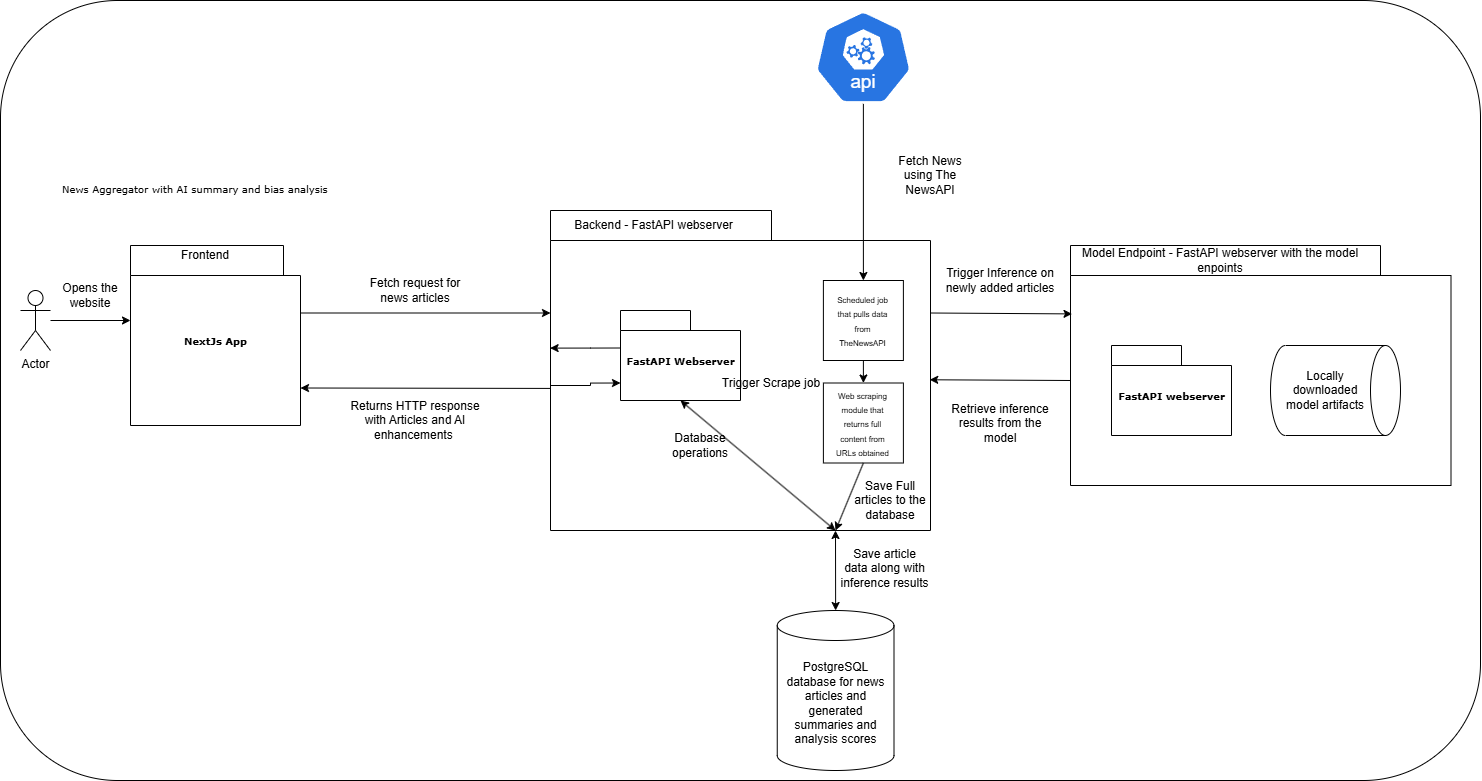
The draw.io diagram misc_assets/Webapp architecture mockup.png in FaithKamaraju/News-Webservice-BiasLanguageAnalysis, before a commit. Source tidied: cells renumbered, new cells last; positions are measured from the earlier drawing's top-left corner, leaving out a move shared by most shapes. The source it was exported from:
```xml
<mxGraphModel>
  <root>
    <mxCell id="0" />
    <mxCell id="1" parent="0" />
    <mxCell id="2" style="rounded=1;whiteSpace=wrap;html=1;" parent="1" vertex="1">
      <mxGeometry width="1480" height="780" as="geometry" />
    </mxCell>
    <mxCell id="3" style="shape=folder;fontStyle=1;spacingTop=10;tabWidth=221;tabHeight=30;tabPosition=left;html=1;rounded=0;shadow=0;comic=0;labelBackgroundColor=none;strokeWidth=1;fontFamily=Verdana;fontSize=10;align=center;" parent="1" vertex="1">
      <mxGeometry x="550" y="210" width="380" height="320" as="geometry" />
    </mxCell>
    <mxCell id="4" value="NextJs App" style="shape=folder;fontStyle=1;spacingTop=10;tabWidth=213;tabHeight=30;tabPosition=left;html=1;rounded=0;shadow=0;comic=0;labelBackgroundColor=none;strokeColor=#000000;strokeWidth=1;fillColor=#ffffff;fontFamily=Verdana;fontSize=10;fontColor=#000000;align=center;" parent="1" vertex="1">
      <mxGeometry x="130" y="245" width="170" height="180" as="geometry" />
    </mxCell>
    <mxCell id="5" value="News Aggregator with AI summary and bias analysis" style="text;html=1;align=left;verticalAlign=top;spacingTop=-4;fontSize=10;fontFamily=Verdana;" parent="1" vertex="1">
      <mxGeometry x="60" y="180" width="290" height="20" as="geometry" />
    </mxCell>
    <mxCell id="6" value="Frontend" style="text;html=1;align=center;verticalAlign=middle;whiteSpace=wrap;rounded=0;" parent="1" vertex="1">
      <mxGeometry x="130" y="240" width="150" height="30" as="geometry" />
    </mxCell>
    <mxCell id="7" value="Backend - FastAPI webserver" style="text;html=1;align=center;verticalAlign=middle;whiteSpace=wrap;rounded=0;" parent="1" vertex="1">
      <mxGeometry x="530" y="210" width="246.8" height="30" as="geometry" />
    </mxCell>
    <mxCell id="8" value="FastAPI Webserver" style="shape=folder;fontStyle=1;spacingTop=10;tabWidth=70;tabHeight=20;tabPosition=left;html=1;rounded=0;shadow=0;comic=0;labelBackgroundColor=none;strokeColor=#000000;strokeWidth=1;fillColor=#ffffff;fontFamily=Verdana;fontSize=10;fontColor=#000000;align=center;" parent="1" vertex="1">
      <mxGeometry x="620" y="310" width="120" height="90" as="geometry" />
    </mxCell>
    <mxCell id="9" value="PostgreSQL database for news articles and generated summaries and analysis scores" style="shape=cylinder3;whiteSpace=wrap;html=1;boundedLbl=1;backgroundOutline=1;size=15;" parent="1" vertex="1">
      <mxGeometry x="776.8" y="610" width="116.8" height="160" as="geometry" />
    </mxCell>
    <mxCell id="10" style="endArrow=classic;startArrow=classic;html=1;rounded=0;exitX=0.5;exitY=0;exitDx=0;exitDy=0;exitPerimeter=0;entryX=0.75;entryY=1;entryDx=0;entryDy=0;entryPerimeter=0;" parent="1" edge="1" source="9" target="3">
      <mxGeometry relative="1" as="geometry" />
    </mxCell>
    <mxCell id="11" style="shape=folder;fontStyle=1;spacingTop=10;tabWidth=310;tabHeight=30;tabPosition=left;html=1;rounded=0;shadow=0;comic=0;labelBackgroundColor=none;strokeWidth=1;fontFamily=Verdana;fontSize=10;align=center;" parent="1" vertex="1">
      <mxGeometry x="1070" y="245" width="380.5" height="240" as="geometry" />
    </mxCell>
    <mxCell id="12" value="Model Endpoint - FastAPI webserver with the model enpoints" style="text;html=1;align=center;verticalAlign=middle;whiteSpace=wrap;rounded=0;" parent="1" vertex="1">
      <mxGeometry x="1080" y="245" width="280" height="30" as="geometry" />
    </mxCell>
    <mxCell id="13" value="FastAPI webserver" style="shape=folder;fontStyle=1;spacingTop=10;tabWidth=70;tabHeight=20;tabPosition=left;html=1;rounded=0;shadow=0;comic=0;labelBackgroundColor=none;strokeColor=#000000;strokeWidth=1;fillColor=#ffffff;fontFamily=Verdana;fontSize=10;fontColor=#000000;align=center;" parent="1" vertex="1">
      <mxGeometry x="1111" y="345" width="120" height="90" as="geometry" />
    </mxCell>
    <mxCell id="14" style="shape=cylinder3;whiteSpace=wrap;html=1;boundedLbl=1;backgroundOutline=1;size=15;rotation=90;" parent="1" vertex="1">
      <mxGeometry x="1290" y="325" width="90" height="130" as="geometry" />
    </mxCell>
    <mxCell id="15" value="Locally downloaded model artifacts" style="text;html=1;align=center;verticalAlign=middle;whiteSpace=wrap;rounded=0;" parent="1" vertex="1">
      <mxGeometry x="1280" y="357.5" width="90" height="65" as="geometry" />
    </mxCell>
    <mxCell id="16" value="Actor" style="shape=umlActor;verticalLabelPosition=bottom;verticalAlign=top;html=1;outlineConnect=0;" parent="1" vertex="1">
      <mxGeometry x="20" y="290" width="30" height="60" as="geometry" />
    </mxCell>
    <mxCell id="17" value="Opens the website" style="text;html=1;align=center;verticalAlign=middle;whiteSpace=wrap;rounded=0;" parent="1" vertex="1">
      <mxGeometry x="60" y="280" width="60" height="30" as="geometry" />
    </mxCell>
    <mxCell id="18" value="Fetch request for news articles" style="text;html=1;align=center;verticalAlign=middle;whiteSpace=wrap;rounded=0;" parent="1" vertex="1">
      <mxGeometry x="360" y="260" width="110" height="60" as="geometry" />
    </mxCell>
    <mxCell id="19" value="Returns HTTP response with Articles and AI enhancements&amp;nbsp;" style="text;html=1;align=center;verticalAlign=middle;whiteSpace=wrap;rounded=0;" parent="1" vertex="1">
      <mxGeometry x="340" y="390" width="150" height="60" as="geometry" />
    </mxCell>
    <mxCell id="20" style="whiteSpace=wrap;html=1;" parent="1" vertex="1">
      <mxGeometry x="822.9" y="382.5" width="80" height="80" as="geometry" />
    </mxCell>
    <mxCell id="21" value="&lt;font style=&quot;font-size: 8px;&quot;&gt;Web scraping module that returns full content from URLs obtained&lt;/font&gt;" style="text;html=1;align=center;verticalAlign=middle;whiteSpace=wrap;rounded=0;" parent="1" vertex="1">
      <mxGeometry x="830.4" y="390" width="65" height="65" as="geometry" />
    </mxCell>
    <mxCell id="22" style="endArrow=classic;html=1;rounded=0;exitX=0.5;exitY=1;exitDx=0;exitDy=0;entryX=0.75;entryY=1;entryDx=0;entryDy=0;entryPerimeter=0;" parent="1" edge="1" source="20" target="3">
      <mxGeometry relative="1" as="geometry" />
    </mxCell>
    <mxCell id="23" style="endArrow=classic;startArrow=classic;html=1;rounded=0;exitX=0.5;exitY=1;exitDx=0;exitDy=0;exitPerimeter=0;entryX=0.75;entryY=1;entryDx=0;entryDy=0;entryPerimeter=0;" parent="1" edge="1" source="8" target="3">
      <mxGeometry relative="1" as="geometry" />
    </mxCell>
    <mxCell id="24" value="Database operations" style="text;html=1;align=center;verticalAlign=middle;whiteSpace=wrap;rounded=0;" parent="1" vertex="1">
      <mxGeometry x="670" y="430" width="60" height="30" as="geometry" />
    </mxCell>
    <mxCell id="25" value="Trigger Scrape job" style="text;html=1;align=center;verticalAlign=middle;whiteSpace=wrap;rounded=0;" parent="1" vertex="1">
      <mxGeometry x="720" y="370" width="101.8" height="25" as="geometry" />
    </mxCell>
    <mxCell id="26" value="Save Full articles to the database" style="text;html=1;align=center;verticalAlign=middle;whiteSpace=wrap;rounded=0;" parent="1" vertex="1">
      <mxGeometry x="850.4" y="485" width="79.6" height="30" as="geometry" />
    </mxCell>
    <mxCell id="27" style="sketch=0;html=1;dashed=0;whitespace=wrap;verticalLabelPosition=bottom;verticalAlign=top;fillColor=#2875E2;strokeColor=#ffffff;points=[[0.005,0.63,0],[0.1,0.2,0],[0.9,0.2,0],[0.5,0,0],[0.995,0.63,0],[0.72,0.99,0],[0.5,1,0],[0.28,0.99,0]];shape=mxgraph.kubernetes.icon2;kubernetesLabel=1;prIcon=api;" parent="1" vertex="1">
      <mxGeometry x="814.2" y="10" width="97.3" height="93.4" as="geometry" />
    </mxCell>
    <mxCell id="28" style="endArrow=classic;html=1;rounded=0;exitX=0.5;exitY=1;exitDx=0;exitDy=0;exitPerimeter=0;entryX=0.5;entryY=0;entryDx=0;entryDy=0;" parent="1" edge="1" source="27" target="38">
      <mxGeometry relative="1" as="geometry" />
    </mxCell>
    <mxCell id="29" value="Fetch News using The NewsAPI" style="text;html=1;align=center;verticalAlign=middle;whiteSpace=wrap;rounded=0;" parent="1" vertex="1">
      <mxGeometry x="890" y="150" width="80.4" height="50" as="geometry" />
    </mxCell>
    <mxCell id="30" style="endArrow=classic;html=1;rounded=0;exitX=0;exitY=0;exitDx=170;exitDy=67.5;exitPerimeter=0;entryX=0;entryY=0;entryDx=0;entryDy=102.5;entryPerimeter=0;" parent="1" edge="1" source="4" target="3">
      <mxGeometry relative="1" as="geometry" />
    </mxCell>
    <mxCell id="31" style="endArrow=classic;html=1;rounded=0;exitX=0;exitY=0.556;exitDx=0;exitDy=0;exitPerimeter=0;entryX=0;entryY=0;entryDx=170;entryDy=142.5;entryPerimeter=0;" parent="1" edge="1" source="3" target="4">
      <mxGeometry relative="1" as="geometry" />
    </mxCell>
    <mxCell id="32" style="endArrow=classic;html=1;rounded=0;" parent="1" edge="1" source="16">
      <mxGeometry relative="1" as="geometry">
        <mxPoint x="130" y="320" as="targetPoint" />
      </mxGeometry>
    </mxCell>
    <mxCell id="33" value="Trigger Inference on newly added articles" style="text;html=1;align=center;verticalAlign=middle;whiteSpace=wrap;rounded=0;" parent="1" vertex="1">
      <mxGeometry x="940" y="235" width="120" height="90" as="geometry" />
    </mxCell>
    <mxCell id="34" style="endArrow=classic;html=1;rounded=0;exitX=0;exitY=0;exitDx=380;exitDy=102.5;exitPerimeter=0;entryX=0.004;entryY=0.285;entryDx=0;entryDy=0;entryPerimeter=0;" parent="1" edge="1" source="3" target="11">
      <mxGeometry relative="1" as="geometry" />
    </mxCell>
    <mxCell id="35" style="endArrow=classic;html=1;rounded=0;exitX=0;exitY=0;exitDx=0;exitDy=135;exitPerimeter=0;entryX=0.998;entryY=0.529;entryDx=0;entryDy=0;entryPerimeter=0;" parent="1" edge="1" source="11" target="3">
      <mxGeometry relative="1" as="geometry" />
    </mxCell>
    <mxCell id="36" value="Retrieve inference results from the model" style="text;html=1;align=center;verticalAlign=middle;whiteSpace=wrap;rounded=0;" parent="1" vertex="1">
      <mxGeometry x="950" y="395" width="100" height="55" as="geometry" />
    </mxCell>
    <mxCell id="37" value="Save article data along with inference results" style="text;html=1;align=center;verticalAlign=middle;whiteSpace=wrap;rounded=0;" parent="1" vertex="1">
      <mxGeometry x="839" y="535" width="91" height="65" as="geometry" />
    </mxCell>
    <mxCell id="38" style="whiteSpace=wrap;html=1;" parent="1" vertex="1">
      <mxGeometry x="822.9" y="280" width="80" height="80" as="geometry" />
    </mxCell>
    <mxCell id="39" value="&lt;font style=&quot;font-size: 8px;&quot;&gt;Scheduled job that pulls data from TheNewsAPI&lt;/font&gt;" style="text;html=1;align=center;verticalAlign=middle;whiteSpace=wrap;rounded=0;" parent="1" vertex="1">
      <mxGeometry x="830.4" y="287.5" width="65" height="65" as="geometry" />
    </mxCell>
    <mxCell id="40" style="endArrow=classic;html=1;rounded=0;exitX=0.5;exitY=1;exitDx=0;exitDy=0;entryX=0.5;entryY=0;entryDx=0;entryDy=0;" parent="1" edge="1" source="38" target="20">
      <mxGeometry relative="1" as="geometry" />
    </mxCell>
    <mxCell id="41" style="edgeStyle=orthogonalEdgeStyle;rounded=0;jettySize=auto;html=1;exitX=0;exitY=0;exitDx=0;exitDy=37.5;exitPerimeter=0;entryX=-0.001;entryY=0.43;entryDx=0;entryDy=0;entryPerimeter=0;" parent="1" edge="1" source="8" target="3">
      <mxGeometry relative="1" as="geometry">
        <Array as="points">
          <mxPoint x="590" y="348" />
          <mxPoint x="580" y="348" />
        </Array>
      </mxGeometry>
    </mxCell>
    <mxCell id="42" style="edgeStyle=orthogonalEdgeStyle;rounded=0;jettySize=auto;html=1;exitX=0;exitY=0;exitDx=0;exitDy=175;exitPerimeter=0;entryX=0;entryY=0;entryDx=0;entryDy=72.5;entryPerimeter=0;" parent="1" edge="1" source="3" target="8">
      <mxGeometry relative="1" as="geometry">
        <Array as="points">
          <mxPoint x="590" y="385" />
          <mxPoint x="590" y="382" />
        </Array>
      </mxGeometry>
    </mxCell>
  </root>
</mxGraphModel>
```
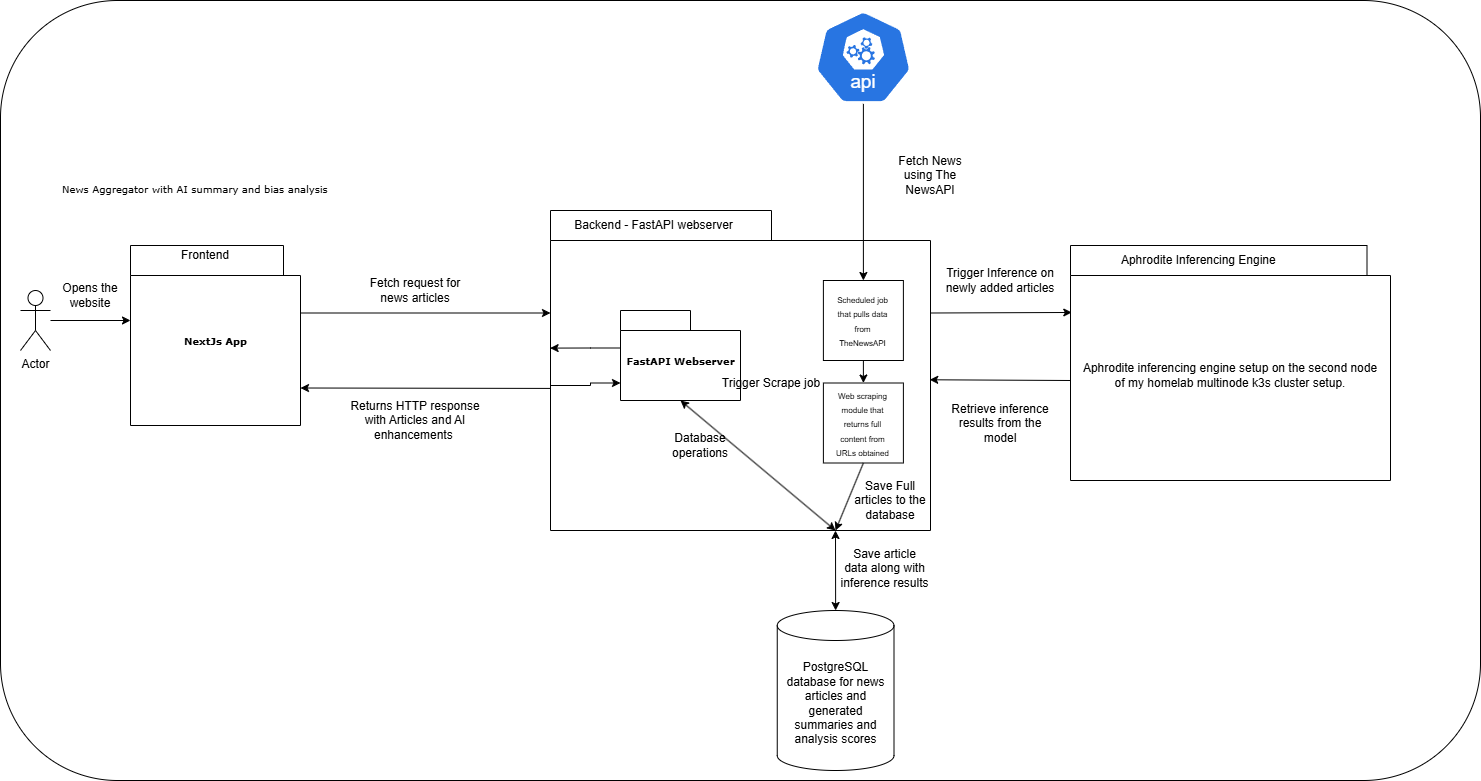
Above is the later version.

Commit message:
updated readme with newer details

What changed in the source:
```diff
@@ -30,20 +30,11 @@
       <mxGeometry relative="1" as="geometry" />
     </mxCell>
     <mxCell id="11" style="shape=folder;fontStyle=1;spacingTop=10;tabWidth=310;tabHeight=30;tabPosition=left;html=1;rounded=0;shadow=0;comic=0;labelBackgroundColor=none;strokeWidth=1;fontFamily=Verdana;fontSize=10;align=center;" parent="1" vertex="1">
-      <mxGeometry x="1070" y="245" width="380.5" height="240" as="geometry" />
+      <mxGeometry x="1070" y="245" width="320" height="235" as="geometry" />
     </mxCell>
-    <mxCell id="12" value="Model Endpoint - FastAPI webserver with the model enpoints" style="text;html=1;align=center;verticalAlign=middle;whiteSpace=wrap;rounded=0;" parent="1" vertex="1">
-      <mxGeometry x="1080" y="245" width="280" height="30" as="geometry" />
+    <mxCell id="12" value="Aphrodite Inferencing Engine&amp;nbsp;" style="text;html=1;align=center;verticalAlign=middle;whiteSpace=wrap;rounded=0;" parent="1" vertex="1">
+      <mxGeometry x="1080" y="245" width="240" height="30" as="geometry" />
     </mxCell>
-    <mxCell id="13" value="FastAPI webserver" style="shape=folder;fontStyle=1;spacingTop=10;tabWidth=70;tabHeight=20;tabPosition=left;html=1;rounded=0;shadow=0;comic=0;labelBackgroundColor=none;strokeColor=#000000;strokeWidth=1;fillColor=#ffffff;fontFamily=Verdana;fontSize=10;fontColor=#000000;align=center;" parent="1" vertex="1">
-      <mxGeometry x="1111" y="345" width="120" height="90" as="geometry" />
-    </mxCell>
-    <mxCell id="14" style="shape=cylinder3;whiteSpace=wrap;html=1;boundedLbl=1;backgroundOutline=1;size=15;rotation=90;" parent="1" vertex="1">
-      <mxGeometry x="1290" y="325" width="90" height="130" as="geometry" />
-    </mxCell>
-    <mxCell id="15" value="Locally downloaded model artifacts" style="text;html=1;align=center;verticalAlign=middle;whiteSpace=wrap;rounded=0;" parent="1" vertex="1">
-      <mxGeometry x="1280" y="357.5" width="90" height="65" as="geometry" />
-    </mxCell>
     <mxCell id="16" value="Actor" style="shape=umlActor;verticalLabelPosition=bottom;verticalAlign=top;html=1;outlineConnect=0;" parent="1" vertex="1">
       <mxGeometry x="20" y="290" width="30" height="60" as="geometry" />
     </mxCell>
@@ -137,5 +128,8 @@
         </Array>
       </mxGeometry>
     </mxCell>
+    <mxCell id="43" value="Aphrodite inferencing engine setup on the second node of my homelab multinode k3s cluster setup." style="text;html=1;align=center;verticalAlign=middle;whiteSpace=wrap;rounded=0;" parent="1" vertex="1">
+      <mxGeometry x="1080" y="280" width="300" height="190" as="geometry" />
+    </mxCell>
   </root>
 </mxGraphModel>
```
